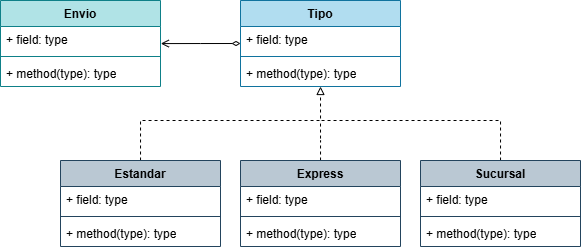
Above: src/Envio/UML.png in saenzlucas/UNQShop (draw.io), before the change. Source tidied: cells renumbered, new cells last; positions are measured from the earlier drawing's top-left corner, leaving out a move shared by most shapes.
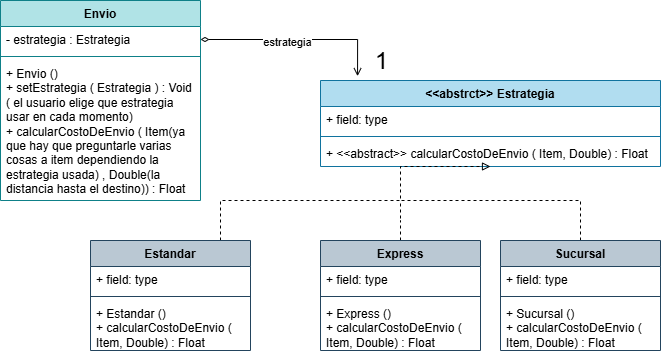
The same file after the commit.

Commit message:
se desarrolla el patron strategy

The edit, as a diff of the source:
```diff
@@ -3,89 +3,97 @@
     <mxCell id="0" />
     <mxCell id="1" parent="0" />
     <mxCell id="2" value="Envio" style="swimlane;fontStyle=1;align=center;verticalAlign=top;horizontal=1;startSize=26;whiteSpace=wrap;html=1;fillColor=#b0e3e6;strokeColor=#0e8088;" parent="1" vertex="1">
-      <mxGeometry width="160" height="86" as="geometry" />
+      <mxGeometry x="-80" y="-80" width="200" height="200" as="geometry" />
     </mxCell>
-    <mxCell id="3" value="+ field: type" style="text;strokeColor=none;fillColor=none;align=left;verticalAlign=top;spacingLeft=4;spacingRight=4;overflow=hidden;points=[[0,0.5],[1,0.5]];portConstraint=eastwest;whiteSpace=wrap;html=1;" parent="2" vertex="1">
-      <mxGeometry y="26" width="160" height="26" as="geometry" />
-    </mxCell>
-    <mxCell id="4" style="line;strokeWidth=1;fillColor=none;align=left;verticalAlign=middle;spacingTop=-1;spacingLeft=3;spacingRight=3;labelPosition=right;strokeColor=inherit;" parent="2" vertex="1">
-      <mxGeometry y="52" width="160" height="8" as="geometry" />
-    </mxCell>
-    <mxCell id="5" value="+ method(type): type" style="text;strokeColor=none;fillColor=none;align=left;verticalAlign=top;spacingLeft=4;spacingRight=4;overflow=hidden;whiteSpace=wrap;html=1;" parent="2" vertex="1">
-      <mxGeometry y="60" width="160" height="26" as="geometry" />
-    </mxCell>
-    <mxCell id="6" value="Tipo&lt;div&gt;&lt;br&gt;&lt;/div&gt;" style="swimlane;fontStyle=1;align=center;verticalAlign=top;horizontal=1;startSize=26;whiteSpace=wrap;html=1;fillColor=#b1ddf0;strokeColor=#10739e;" parent="1" vertex="1">
-      <mxGeometry x="240" width="160" height="86" as="geometry" />
-    </mxCell>
-    <mxCell id="7" value="+ field: type" style="text;strokeColor=none;fillColor=none;align=left;verticalAlign=top;spacingLeft=4;spacingRight=4;overflow=hidden;whiteSpace=wrap;html=1;" parent="6" vertex="1">
-      <mxGeometry y="26" width="160" height="26" as="geometry" />
-    </mxCell>
-    <mxCell id="8" style="line;strokeWidth=1;fillColor=none;align=left;verticalAlign=middle;spacingTop=-1;spacingLeft=3;spacingRight=3;labelPosition=right;strokeColor=inherit;" parent="6" vertex="1">
-      <mxGeometry y="52" width="160" height="8" as="geometry" />
-    </mxCell>
-    <mxCell id="9" value="+ method(type): type" style="text;strokeColor=none;fillColor=none;align=left;verticalAlign=top;spacingLeft=4;spacingRight=4;overflow=hidden;whiteSpace=wrap;html=1;" parent="6" vertex="1">
-      <mxGeometry y="60" width="160" height="26" as="geometry" />
-    </mxCell>
-    <mxCell id="10" style="edgeStyle=orthogonalEdgeStyle;rounded=0;jettySize=auto;html=1;entryX=0.5;entryY=1;entryDx=0;entryDy=0;dashed=1;endArrow=block;endFill=0;" parent="1" edge="1" source="11" target="6">
-      <mxGeometry relative="1" as="geometry">
-        <Array as="points">
-          <mxPoint x="140" y="120" />
-          <mxPoint x="320" y="120" />
-        </Array>
-      </mxGeometry>
-    </mxCell>
+    <mxCell id="26" value="- estrategia : Estrategia" style="text;strokeColor=none;fillColor=none;align=left;verticalAlign=top;spacingLeft=4;spacingRight=4;overflow=hidden;points=[[0,0.5],[1,0.5]];portConstraint=eastwest;whiteSpace=wrap;html=1;" parent="2" vertex="1">
+      <mxGeometry y="26" width="200" height="26" as="geometry" />
+    </mxCell>
+    <mxCell id="27" style="line;strokeWidth=1;fillColor=none;align=left;verticalAlign=middle;spacingTop=-1;spacingLeft=3;spacingRight=3;labelPosition=right;strokeColor=inherit;" parent="2" vertex="1">
+      <mxGeometry y="52" width="200" height="8" as="geometry" />
+    </mxCell>
+    <mxCell id="28" value="&lt;div&gt;+ Envio ()&lt;/div&gt;+ setEstrategia ( Estrategia ) : Void ( el usuario elige que estrategia usar en cada momento)&lt;div&gt;+ calcularCostoDeEnvio ( Item(ya que hay que preguntarle varias cosas a item dependiendo la estrategia usada) , Double(la distancia hasta el destino)) : Float&lt;/div&gt;" style="text;strokeColor=none;fillColor=none;align=left;verticalAlign=top;spacingLeft=4;spacingRight=4;overflow=hidden;whiteSpace=wrap;html=1;" parent="2" vertex="1">
+      <mxGeometry y="60" width="200" height="140" as="geometry" />
+    </mxCell>
+    <mxCell id="29" value="&lt;div&gt;&amp;lt;&amp;lt;abstrct&amp;gt;&amp;gt; Estrategia&lt;/div&gt;" style="swimlane;fontStyle=1;align=center;verticalAlign=top;horizontal=1;startSize=26;whiteSpace=wrap;html=1;fillColor=#b1ddf0;strokeColor=#10739e;" parent="1" vertex="1">
+      <mxGeometry x="240" width="340" height="86" as="geometry" />
+    </mxCell>
+    <mxCell id="30" value="+ field: type" style="text;strokeColor=none;fillColor=none;align=left;verticalAlign=top;spacingLeft=4;spacingRight=4;overflow=hidden;whiteSpace=wrap;html=1;" parent="29" vertex="1">
+      <mxGeometry y="26" width="340" height="26" as="geometry" />
+    </mxCell>
+    <mxCell id="31" style="line;strokeWidth=1;fillColor=none;align=left;verticalAlign=middle;spacingTop=-1;spacingLeft=3;spacingRight=3;labelPosition=right;strokeColor=inherit;" parent="29" vertex="1">
+      <mxGeometry y="52" width="340" height="8" as="geometry" />
+    </mxCell>
+    <mxCell id="32" value="+ &amp;lt;&amp;lt;abstract&amp;gt;&amp;gt; calcularCostoDeEnvio ( Item, Double) : Float" style="text;strokeColor=none;fillColor=none;align=left;verticalAlign=top;spacingLeft=4;spacingRight=4;overflow=hidden;whiteSpace=wrap;html=1;" parent="29" vertex="1">
+      <mxGeometry y="60" width="340" height="26" as="geometry" />
+    </mxCell>
+    <mxCell id="33" style="edgeStyle=orthogonalEdgeStyle;rounded=0;jettySize=auto;html=1;entryX=0.5;entryY=1;entryDx=0;entryDy=0;dashed=1;endArrow=block;endFill=0;" parent="1" edge="1" source="11" target="29">
+      <mxGeometry relative="1" as="geometry">
+        <Array as="points">
+          <mxPoint x="140" y="120" />
+          <mxPoint x="320" y="120" />
+        </Array>
+      </mxGeometry>
+    </mxCell>
     <mxCell id="11" value="Estandar" style="swimlane;fontStyle=1;align=center;verticalAlign=top;horizontal=1;startSize=26;whiteSpace=wrap;html=1;fillColor=#bac8d3;strokeColor=#23445d;" parent="1" vertex="1">
-      <mxGeometry x="60" y="160" width="160" height="86" as="geometry" />
+      <mxGeometry x="10" y="160" width="160" height="110" as="geometry" />
     </mxCell>
-    <mxCell id="12" value="+ field: type" style="text;strokeColor=none;fillColor=none;align=left;verticalAlign=top;spacingLeft=4;spacingRight=4;overflow=hidden;whiteSpace=wrap;html=1;" parent="11" vertex="1">
-      <mxGeometry y="26" width="160" height="26" as="geometry" />
-    </mxCell>
-    <mxCell id="13" style="line;strokeWidth=1;fillColor=none;align=left;verticalAlign=middle;spacingTop=-1;spacingLeft=3;spacingRight=3;labelPosition=right;strokeColor=inherit;" parent="11" vertex="1">
-      <mxGeometry y="52" width="160" height="8" as="geometry" />
-    </mxCell>
-    <mxCell id="14" value="+ method(type): type" style="text;strokeColor=none;fillColor=none;align=left;verticalAlign=top;spacingLeft=4;spacingRight=4;overflow=hidden;whiteSpace=wrap;html=1;" parent="11" vertex="1">
-      <mxGeometry y="60" width="160" height="26" as="geometry" />
-    </mxCell>
-    <mxCell id="15" style="edgeStyle=orthogonalEdgeStyle;rounded=0;jettySize=auto;html=1;endArrow=none;endFill=0;dashed=1;" parent="1" edge="1" source="16">
-      <mxGeometry relative="1" as="geometry">
-        <mxPoint x="320" y="120" as="targetPoint" />
-      </mxGeometry>
-    </mxCell>
+    <mxCell id="34" value="+ field: type" style="text;strokeColor=none;fillColor=none;align=left;verticalAlign=top;spacingLeft=4;spacingRight=4;overflow=hidden;whiteSpace=wrap;html=1;" parent="11" vertex="1">
+      <mxGeometry y="26" width="160" height="26" as="geometry" />
+    </mxCell>
+    <mxCell id="35" style="line;strokeWidth=1;fillColor=none;align=left;verticalAlign=middle;spacingTop=-1;spacingLeft=3;spacingRight=3;labelPosition=right;strokeColor=inherit;" parent="11" vertex="1">
+      <mxGeometry y="52" width="160" height="8" as="geometry" />
+    </mxCell>
+    <mxCell id="36" value="+ Estandar ()&lt;div&gt;+ calcularCostoDeEnvio ( Item, Double) : Float&lt;/div&gt;" style="text;strokeColor=none;fillColor=none;align=left;verticalAlign=top;spacingLeft=4;spacingRight=4;overflow=hidden;whiteSpace=wrap;html=1;" parent="11" vertex="1">
+      <mxGeometry y="60" width="160" height="50" as="geometry" />
+    </mxCell>
+    <mxCell id="37" style="edgeStyle=orthogonalEdgeStyle;rounded=0;jettySize=auto;html=1;endArrow=none;endFill=0;dashed=1;" parent="1" edge="1" source="16">
+      <mxGeometry relative="1" as="geometry">
+        <mxPoint x="320" y="120" as="targetPoint" />
+      </mxGeometry>
+    </mxCell>
     <mxCell id="16" value="Express" style="swimlane;fontStyle=1;align=center;verticalAlign=top;horizontal=1;startSize=26;whiteSpace=wrap;html=1;fillColor=#bac8d3;strokeColor=#23445d;" parent="1" vertex="1">
-      <mxGeometry x="240" y="160" width="160" height="86" as="geometry" />
+      <mxGeometry x="240" y="160" width="160" height="110" as="geometry" />
     </mxCell>
-    <mxCell id="17" value="+ field: type" style="text;strokeColor=none;fillColor=none;align=left;verticalAlign=top;spacingLeft=4;spacingRight=4;overflow=hidden;whiteSpace=wrap;html=1;" parent="16" vertex="1">
-      <mxGeometry y="26" width="160" height="26" as="geometry" />
-    </mxCell>
-    <mxCell id="18" style="line;strokeWidth=1;fillColor=none;align=left;verticalAlign=middle;spacingTop=-1;spacingLeft=3;spacingRight=3;labelPosition=right;strokeColor=inherit;" parent="16" vertex="1">
-      <mxGeometry y="52" width="160" height="8" as="geometry" />
-    </mxCell>
-    <mxCell id="19" value="+ method(type): type" style="text;strokeColor=none;fillColor=none;align=left;verticalAlign=top;spacingLeft=4;spacingRight=4;overflow=hidden;whiteSpace=wrap;html=1;" parent="16" vertex="1">
-      <mxGeometry y="60" width="160" height="26" as="geometry" />
-    </mxCell>
-    <mxCell id="20" style="edgeStyle=orthogonalEdgeStyle;rounded=0;jettySize=auto;html=1;endArrow=none;endFill=0;dashed=1;" parent="1" edge="1" source="21">
-      <mxGeometry relative="1" as="geometry">
-        <mxPoint x="320" y="120" as="targetPoint" />
-        <Array as="points">
-          <mxPoint x="500" y="120" />
-          <mxPoint x="320" y="120" />
-        </Array>
-      </mxGeometry>
-    </mxCell>
+    <mxCell id="38" value="+ field: type" style="text;strokeColor=none;fillColor=none;align=left;verticalAlign=top;spacingLeft=4;spacingRight=4;overflow=hidden;whiteSpace=wrap;html=1;" parent="16" vertex="1">
+      <mxGeometry y="26" width="160" height="26" as="geometry" />
+    </mxCell>
+    <mxCell id="39" style="line;strokeWidth=1;fillColor=none;align=left;verticalAlign=middle;spacingTop=-1;spacingLeft=3;spacingRight=3;labelPosition=right;strokeColor=inherit;" parent="16" vertex="1">
+      <mxGeometry y="52" width="160" height="8" as="geometry" />
+    </mxCell>
+    <mxCell id="40" value="+ Express ()&lt;div&gt;+ calcularCostoDeEnvio ( Item, Double) : Float&lt;/div&gt;" style="text;strokeColor=none;fillColor=none;align=left;verticalAlign=top;spacingLeft=4;spacingRight=4;overflow=hidden;whiteSpace=wrap;html=1;" parent="16" vertex="1">
+      <mxGeometry y="60" width="160" height="50" as="geometry" />
+    </mxCell>
+    <mxCell id="41" style="edgeStyle=orthogonalEdgeStyle;rounded=0;jettySize=auto;html=1;endArrow=none;endFill=0;dashed=1;" parent="1" edge="1" source="21">
+      <mxGeometry relative="1" as="geometry">
+        <mxPoint x="320" y="120" as="targetPoint" />
+        <Array as="points">
+          <mxPoint x="500" y="120" />
+          <mxPoint x="320" y="120" />
+        </Array>
+      </mxGeometry>
+    </mxCell>
     <mxCell id="21" value="Sucursal&lt;div&gt;&lt;br&gt;&lt;/div&gt;" style="swimlane;fontStyle=1;align=center;verticalAlign=top;horizontal=1;startSize=26;whiteSpace=wrap;html=1;fillColor=#bac8d3;strokeColor=#23445d;" parent="1" vertex="1">
-      <mxGeometry x="420" y="160" width="160" height="86" as="geometry" />
+      <mxGeometry x="420" y="160" width="160" height="110" as="geometry" />
     </mxCell>
-    <mxCell id="22" value="+ field: type" style="text;strokeColor=none;fillColor=none;align=left;verticalAlign=top;spacingLeft=4;spacingRight=4;overflow=hidden;whiteSpace=wrap;html=1;" parent="21" vertex="1">
-      <mxGeometry y="26" width="160" height="26" as="geometry" />
-    </mxCell>
-    <mxCell id="23" style="line;strokeWidth=1;fillColor=none;align=left;verticalAlign=middle;spacingTop=-1;spacingLeft=3;spacingRight=3;labelPosition=right;strokeColor=inherit;" parent="21" vertex="1">
-      <mxGeometry y="52" width="160" height="8" as="geometry" />
-    </mxCell>
-    <mxCell id="24" value="+ method(type): type" style="text;strokeColor=none;fillColor=none;align=left;verticalAlign=top;spacingLeft=4;spacingRight=4;overflow=hidden;whiteSpace=wrap;html=1;" parent="21" vertex="1">
-      <mxGeometry y="60" width="160" height="26" as="geometry" />
-    </mxCell>
-    <mxCell id="25" style="edgeStyle=orthogonalEdgeStyle;rounded=0;jettySize=auto;html=1;exitX=0;exitY=0.5;exitDx=0;exitDy=0;entryX=1.002;entryY=0.657;entryDx=0;entryDy=0;entryPerimeter=0;startArrow=diamondThin;startFill=0;endArrow=open;endFill=0;" parent="1" edge="1" source="6" target="3">
-      <mxGeometry relative="1" as="geometry" />
-    </mxCell>
+    <mxCell id="42" value="+ field: type" style="text;strokeColor=none;fillColor=none;align=left;verticalAlign=top;spacingLeft=4;spacingRight=4;overflow=hidden;whiteSpace=wrap;html=1;" parent="21" vertex="1">
+      <mxGeometry y="26" width="160" height="26" as="geometry" />
+    </mxCell>
+    <mxCell id="43" style="line;strokeWidth=1;fillColor=none;align=left;verticalAlign=middle;spacingTop=-1;spacingLeft=3;spacingRight=3;labelPosition=right;strokeColor=inherit;" parent="21" vertex="1">
+      <mxGeometry y="52" width="160" height="8" as="geometry" />
+    </mxCell>
+    <mxCell id="44" value="+ Sucursal ()&lt;div&gt;+&amp;nbsp;&lt;span style=&quot;background-color: transparent; color: light-dark(rgb(0, 0, 0), rgb(255, 255, 255));&quot;&gt;calcularCostoDeEnvio ( Item, Double) : Float&lt;/span&gt;&lt;/div&gt;" style="text;strokeColor=none;fillColor=none;align=left;verticalAlign=top;spacingLeft=4;spacingRight=4;overflow=hidden;whiteSpace=wrap;html=1;" parent="21" vertex="1">
+      <mxGeometry y="60" width="160" height="50" as="geometry" />
+    </mxCell>
+    <mxCell id="45" style="edgeStyle=orthogonalEdgeStyle;rounded=0;jettySize=auto;html=1;entryX=0.109;entryY=-0.05;entryDx=0;entryDy=0;entryPerimeter=0;startArrow=diamondThin;startFill=0;endArrow=open;endFill=0;exitX=1;exitY=0.5;exitDx=0;exitDy=0;" parent="1" edge="1" source="26" target="29">
+      <mxGeometry relative="1" as="geometry" />
+    </mxCell>
+    <mxCell id="46" value="estrategia" style="edgeLabel;html=1;align=center;verticalAlign=middle;" parent="45" vertex="1">
+      <mxGeometry x="-0.12" y="-2" relative="1" as="geometry" />
+    </mxCell>
+    <mxCell id="47" value="&lt;font style=&quot;font-size: 24px;&quot;&gt;1&lt;/font&gt;" style="edgeLabel;html=1;align=center;verticalAlign=middle;" parent="45" vertex="1">
+      <mxGeometry x="0.85" y="5" relative="1" as="geometry">
+        <mxPoint x="18" as="offset" />
+      </mxGeometry>
+    </mxCell>
   </root>
 </mxGraphModel>
```
